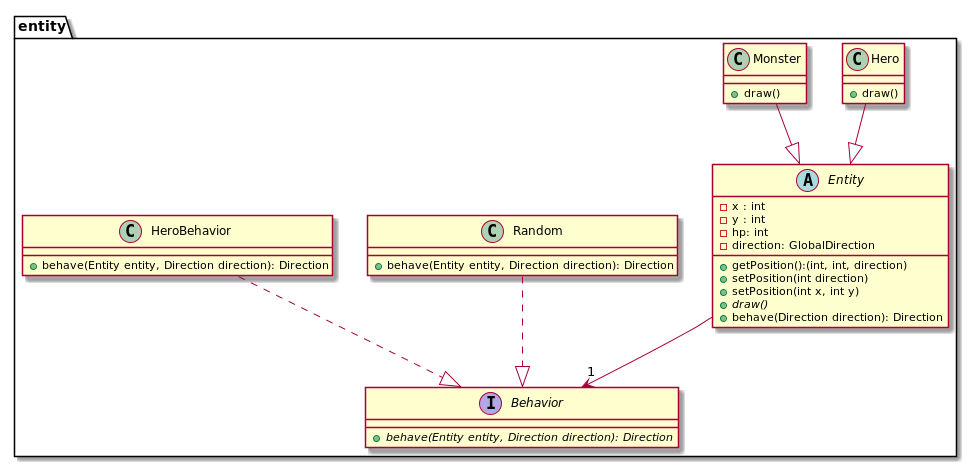
Earlier version of the PlantUML export doc/first_sprint/diagrams/class/character.png (Reynault/ACL_2019_Zelpop).
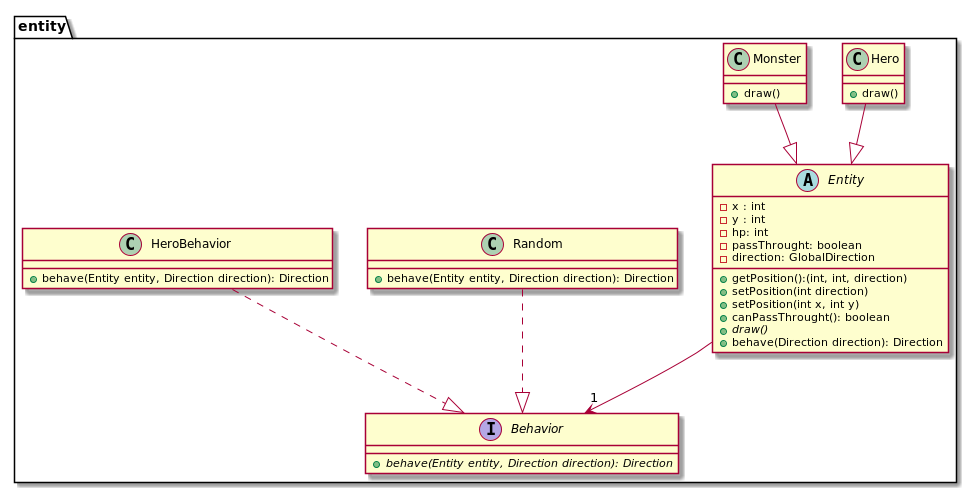
Above is the later version.

Diff of the diagram source:
```diff
@@ -6,10 +6,12 @@
         - x : int
         - y : int
         - hp: int
+        - passThrought: boolean
         - direction: GlobalDirection
         + getPosition():(int, int, direction)
         + setPosition(int direction)
         + setPosition(int x, int y)
+        + canPassThrought(): boolean
         + {abstract} draw()
         + behave(Direction direction): Direction
     }
```
